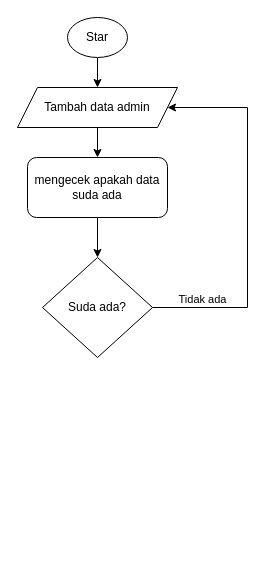
Above: Diagram Tanpa Judul.drawio in webprogreming/mauludin.github.io (draw.io), before the change. Source tidied: cells renumbered, new cells numbered last; positions are measured from the earlier drawing's top-left corner, leaving out a move shared by most shapes. Both pictures are drawn from the tidied source at 100%, with x=0, y=0 at pixel (17, 17).
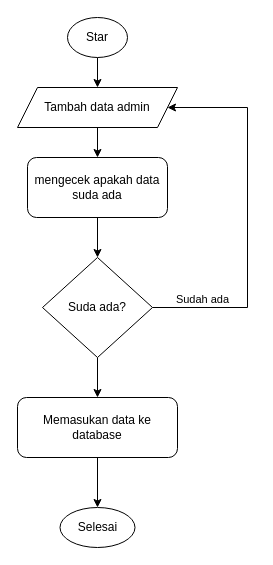
The same diagram, later.

Commit message:
Tambah Data Admin

Change to the diagram source:
```diff
@@
 <mxGraphModel>
   <root>
     <mxCell id="0" />
     <mxCell id="1" parent="0" />
     <mxCell id="2" style="edgeStyle=orthogonalEdgeStyle;rounded=0;jettySize=auto;html=1;exitX=0.5;exitY=1;exitDx=0;exitDy=0;entryX=0.5;entryY=0;entryDx=0;entryDy=0;" parent="1" edge="1" source="3" target="5">
       <mxGeometry relative="1" as="geometry" />
     </mxCell>
     <mxCell id="3" value="Star" style="ellipse;whiteSpace=wrap;html=1;" parent="1" vertex="1">
       <mxGeometry x="50" width="60" height="40" as="geometry" />
     </mxCell>
     <mxCell id="4" style="edgeStyle=orthogonalEdgeStyle;rounded=0;jettySize=auto;html=1;exitX=0.5;exitY=1;exitDx=0;exitDy=0;" parent="1" edge="1" source="5" target="7">
       <mxGeometry relative="1" as="geometry" />
     </mxCell>
     <mxCell id="5" value="Tambah data admin" style="shape=parallelogram;perimeter=parallelogramPerimeter;whiteSpace=wrap;html=1;fixedSize=1;" parent="1" vertex="1">
       <mxGeometry y="70" width="160" height="40" as="geometry" />
     </mxCell>
     <mxCell id="6" style="edgeStyle=orthogonalEdgeStyle;rounded=0;jettySize=auto;html=1;exitX=0.5;exitY=1;exitDx=0;exitDy=0;entryX=0.5;entryY=0;entryDx=0;entryDy=0;" parent="1" edge="1" source="7" target="10">
       <mxGeometry relative="1" as="geometry" />
     </mxCell>
     <mxCell id="7" value="mengecek apakah data suda ada" style="rounded=1;whiteSpace=wrap;html=1;" parent="1" vertex="1">
       <mxGeometry x="10" y="140" width="140" height="60" as="geometry" />
     </mxCell>
     <mxCell id="8" style="edgeStyle=orthogonalEdgeStyle;rounded=0;jettySize=auto;html=1;exitX=1;exitY=0.5;exitDx=0;exitDy=0;entryX=1;entryY=0.5;entryDx=0;entryDy=0;" parent="1" edge="1" source="10" target="5">
       <mxGeometry relative="1" as="geometry">
         <Array as="points">
           <mxPoint x="230" y="290" />
           <mxPoint x="230" y="90" />
         </Array>
       </mxGeometry>
     </mxCell>
-    <mxCell id="9" value="Tidak ada" style="edgeLabel;html=1;align=center;verticalAlign=middle;" parent="8" vertex="1">
+    <mxCell id="9" value="Sudah ada" style="edgeLabel;html=1;align=center;verticalAlign=middle;" parent="8" vertex="1">
       <mxGeometry x="-0.74" y="9" relative="1" as="geometry" />
     </mxCell>
+    <mxCell id="11" style="edgeStyle=orthogonalEdgeStyle;rounded=0;jettySize=auto;html=1;" parent="1" edge="1" source="10" target="13">
+      <mxGeometry relative="1" as="geometry" />
+    </mxCell>
     <mxCell id="10" value="Suda ada?" style="rhombus;whiteSpace=wrap;html=1;" parent="1" vertex="1">
       <mxGeometry x="25" y="240" width="110" height="100" as="geometry" />
     </mxCell>
+    <mxCell id="12" style="edgeStyle=orthogonalEdgeStyle;rounded=0;jettySize=auto;html=1;exitX=0.5;exitY=1;exitDx=0;exitDy=0;entryX=0.5;entryY=0;entryDx=0;entryDy=0;" parent="1" edge="1" source="13" target="14">
+      <mxGeometry relative="1" as="geometry" />
+    </mxCell>
+    <mxCell id="13" value="Memasukan data ke database" style="rounded=1;whiteSpace=wrap;html=1;" parent="1" vertex="1">
+      <mxGeometry y="380" width="160" height="60" as="geometry" />
+    </mxCell>
+    <mxCell id="14" value="Selesai" style="ellipse;whiteSpace=wrap;html=1;" parent="1" vertex="1">
+      <mxGeometry x="42.5" y="490" width="75" height="40" as="geometry" />
+    </mxCell>
   </root>
 </mxGraphModel>
```
